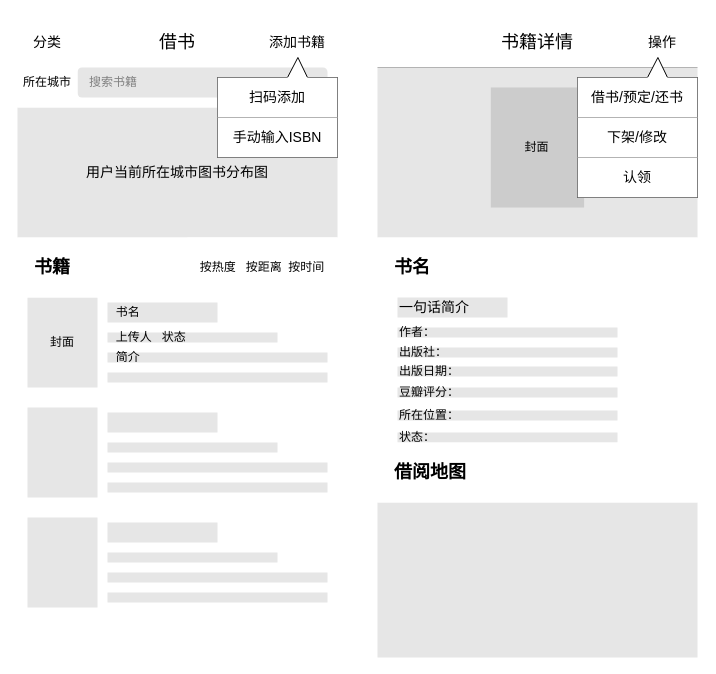
Earlier version of the draw.io diagram page "借书" (2 of 4) of design/Wireframes.drawio (New-Citizen-Program/WavePure). Source tidied: cells renumbered, new cells numbered last; positions are measured from the earlier drawing's top-left corner, leaving out a move shared by most shapes. Both pictures are drawn from the tidied source at 100%, with x=0, y=0 at pixel (17, 17).
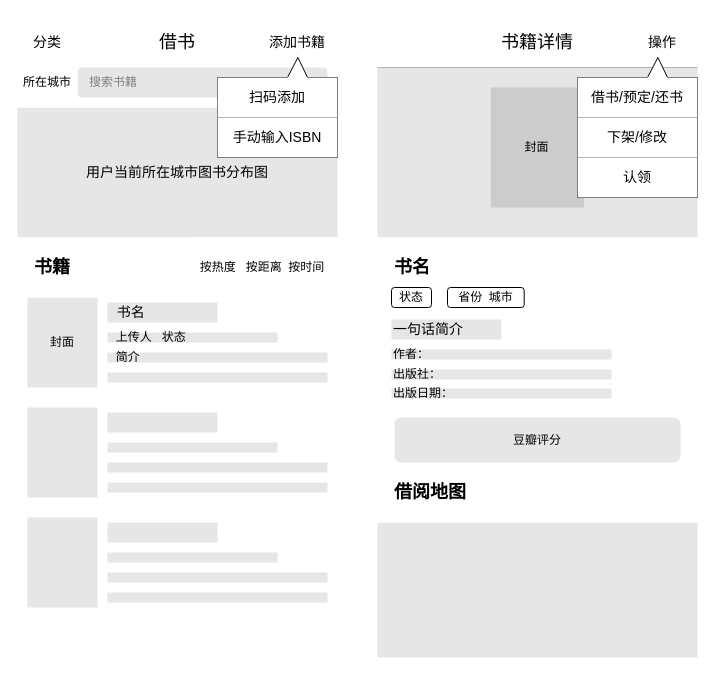
The same page after the edit.

What changed in the source:
```diff
@@
-    <mxCell id="12" value="&amp;nbsp; 书名" style="rounded=0;whiteSpace=wrap;html=1;fillColor=#E6E6E6;strokeColor=none;align=left;" parent="1" vertex="1">
+    <mxCell id="12" value="&lt;font style=&quot;font-size: 14px&quot;&gt;&amp;nbsp; 书名&lt;/font&gt;" style="rounded=0;whiteSpace=wrap;html=1;fillColor=#E6E6E6;strokeColor=none;align=left;" parent="1" vertex="1">
       <mxGeometry x="90" y="285" width="110" height="20" as="geometry" />
     </mxCell>
@@
     <mxCell id="36" value="作者：" style="rounded=0;whiteSpace=wrap;html=1;fillColor=#E6E6E6;strokeColor=none;align=left;" parent="1" vertex="1">
-      <mxGeometry x="380" y="310" width="220" height="10" as="geometry" />
+      <mxGeometry x="374" y="332" width="220" height="10" as="geometry" />
     </mxCell>
     <mxCell id="37" value="&lt;font style=&quot;font-size: 14px&quot;&gt;一句话简介&lt;/font&gt;" style="rounded=0;whiteSpace=wrap;html=1;fillColor=#E6E6E6;strokeColor=none;align=left;" parent="1" vertex="1">
-      <mxGeometry x="380" y="280" width="110" height="20" as="geometry" />
+      <mxGeometry x="374" y="302" width="110" height="20" as="geometry" />
     </mxCell>
     <mxCell id="38" value="出版社：" style="rounded=0;whiteSpace=wrap;html=1;fillColor=#E6E6E6;strokeColor=none;align=left;" parent="1" vertex="1">
-      <mxGeometry x="380" y="330" width="220" height="10" as="geometry" />
+      <mxGeometry x="374" y="352" width="220" height="10" as="geometry" />
     </mxCell>
     <mxCell id="39" value="出版日期：" style="rounded=0;whiteSpace=wrap;html=1;fillColor=#E6E6E6;strokeColor=none;align=left;" parent="1" vertex="1">
-      <mxGeometry x="380" y="349" width="220" height="10" as="geometry" />
+      <mxGeometry x="374" y="371" width="220" height="10" as="geometry" />
     </mxCell>
-    <mxCell id="40" value="豆瓣评分：" style="rounded=0;whiteSpace=wrap;html=1;fillColor=#E6E6E6;strokeColor=none;align=left;" parent="1" vertex="1">
-      <mxGeometry x="380" y="370" width="220" height="10" as="geometry" />
-    </mxCell>
-    <mxCell id="41" value="所在位置：" style="rounded=0;whiteSpace=wrap;html=1;fillColor=#E6E6E6;strokeColor=none;align=left;" parent="1" vertex="1">
-      <mxGeometry x="380" y="393" width="220" height="10" as="geometry" />
-    </mxCell>
-    <mxCell id="42" value="状态：" style="rounded=0;whiteSpace=wrap;html=1;fillColor=#E6E6E6;strokeColor=none;align=left;" parent="1" vertex="1">
-      <mxGeometry x="380" y="415" width="220" height="10" as="geometry" />
-    </mxCell>
     <mxCell id="43" style="rounded=0;whiteSpace=wrap;html=1;fillColor=#E6E6E6;strokeColor=none;" parent="1" vertex="1">
-      <mxGeometry x="360" y="485" width="320" height="155" as="geometry" />
+      <mxGeometry x="360" y="505" width="320" height="135" as="geometry" />
     </mxCell>
     <mxCell id="44" value="&lt;font style=&quot;font-size: 18px&quot;&gt;&lt;b&gt;&amp;nbsp; &amp;nbsp;借阅地图&lt;/b&gt;&lt;/font&gt;" style="rounded=0;whiteSpace=wrap;html=1;fillColor=#ffffff;align=left;strokeColor=none;" parent="1" vertex="1">
-      <mxGeometry x="360" y="425" width="320" height="60" as="geometry" />
+      <mxGeometry x="360" y="445" width="320" height="60" as="geometry" />
     </mxCell>
@@
+    <mxCell id="53" value="状态" style="rounded=1;whiteSpace=wrap;html=1;strokeColor=#000000;fillColor=#ffffff;" parent="1" vertex="1">
+      <mxGeometry x="374" y="270" width="40" height="20" as="geometry" />
+    </mxCell>
+    <mxCell id="54" value="省份&amp;nbsp; 城市" style="rounded=1;whiteSpace=wrap;html=1;strokeColor=#000000;fillColor=#ffffff;" parent="1" vertex="1">
+      <mxGeometry x="430" y="270" width="76.7" height="20" as="geometry" />
+    </mxCell>
+    <mxCell id="55" value="豆瓣评分" style="rounded=1;whiteSpace=wrap;html=1;fillColor=#E6E6E6;strokeColor=none;" parent="1" vertex="1">
+      <mxGeometry x="377" y="400" width="286" height="45" as="geometry" />
+    </mxCell>
```
